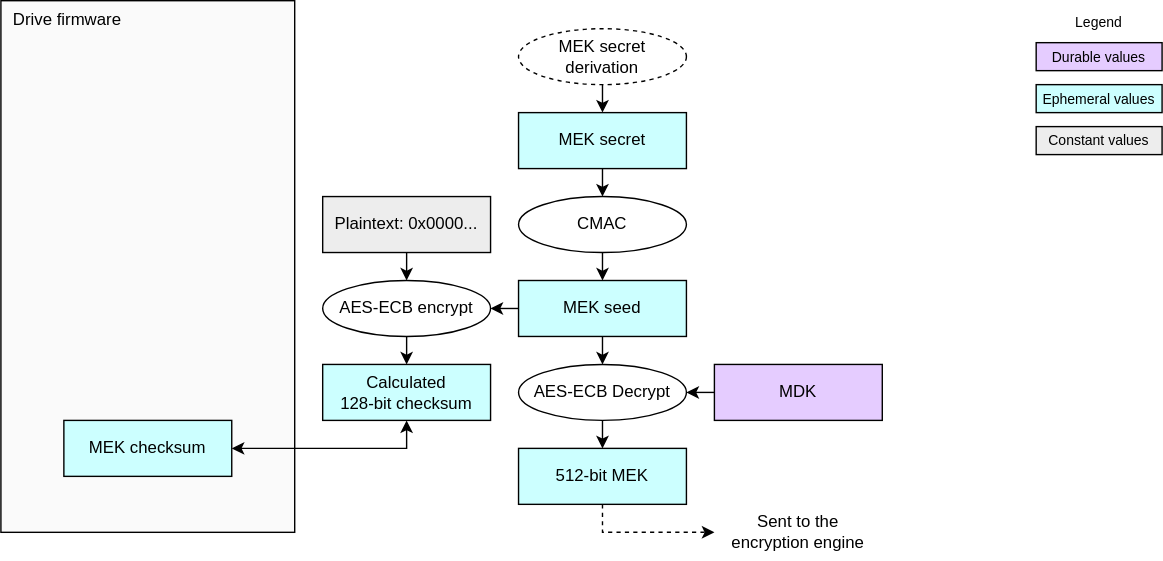
This is doc/ocp_lock/diagrams/mek_derive.drawio.svg from chipsalliance/Caliptra, a draw.io export, as it was before one commit. Source tidied: cells renumbered, new cells last; positions are measured from the earlier drawing's top-left corner, leaving out a move shared by most shapes.
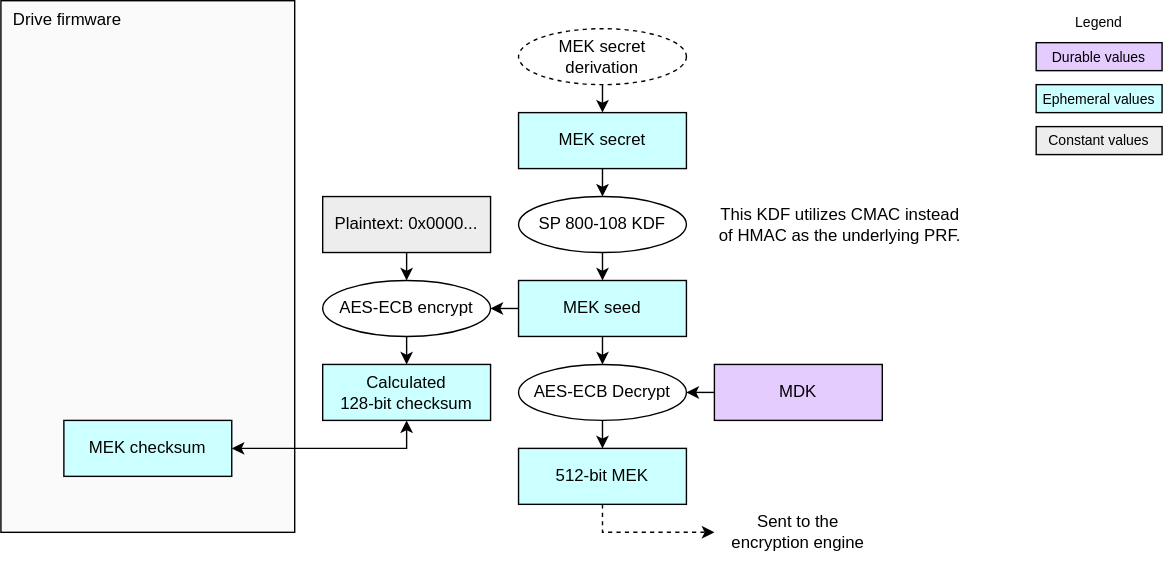
The same diagram one commit later.

Commit message:
Clarify that the CMAC usage in derived-MEKs is part of a KDF. (#523)

The edit, as a diff of the source:
```diff
@@ -11,7 +11,7 @@
     <mxCell id="4" style="edgeStyle=orthogonalEdgeStyle;endArrow=classic;html=1;rounded=0;endSize=6;startSize=6;exitX=0.5;exitY=1;exitDx=0;exitDy=0;entryX=0.5;entryY=0;entryDx=0;entryDy=0;" parent="1" edge="1" source="7" target="5">
       <mxGeometry relative="1" as="geometry" />
     </mxCell>
-    <mxCell id="5" value="CMAC" style="ellipse;whiteSpace=wrap;html=1;fillColor=#FFFFFF;" parent="1" vertex="1">
+    <mxCell id="5" value="SP 800-108 KDF" style="ellipse;whiteSpace=wrap;html=1;fillColor=#FFFFFF;" parent="1" vertex="1">
       <mxGeometry x="370" y="140" width="120" height="40" as="geometry" />
     </mxCell>
     <mxCell id="6" style="edgeStyle=none;html=1;exitX=0;exitY=0.5;exitDx=0;exitDy=0;entryX=1;entryY=0.5;entryDx=0;entryDy=0;" parent="1" edge="1" source="20" target="13">
@@ -86,5 +86,8 @@
     <mxCell id="29" value="&lt;div&gt;&lt;font color=&quot;#000000&quot;&gt;Durable values&lt;/font&gt;&lt;/div&gt;" style="rounded=0;whiteSpace=wrap;html=1;align=center;verticalAlign=middle;shadow=0;glass=0;spacingLeft=0;spacingBottom=0;spacingTop=0;fillColor=#E5CCFF;fontSize=10;" parent="1" vertex="1">
       <mxGeometry x="740" y="30" width="90" height="20" as="geometry" />
     </mxCell>
+    <mxCell id="30" value="&lt;div&gt;&lt;font color=&quot;#000000&quot;&gt;This KDF utilizes CMAC instead of HMAC as the underlying PRF.&lt;/font&gt;&lt;/div&gt;" style="text;strokeColor=none;align=center;fillColor=none;html=1;verticalAlign=middle;whiteSpace=wrap;rounded=0;" parent="1" vertex="1">
+      <mxGeometry x="510" y="140" width="180" height="40" as="geometry" />
+    </mxCell>
   </root>
 </mxGraphModel>
```
